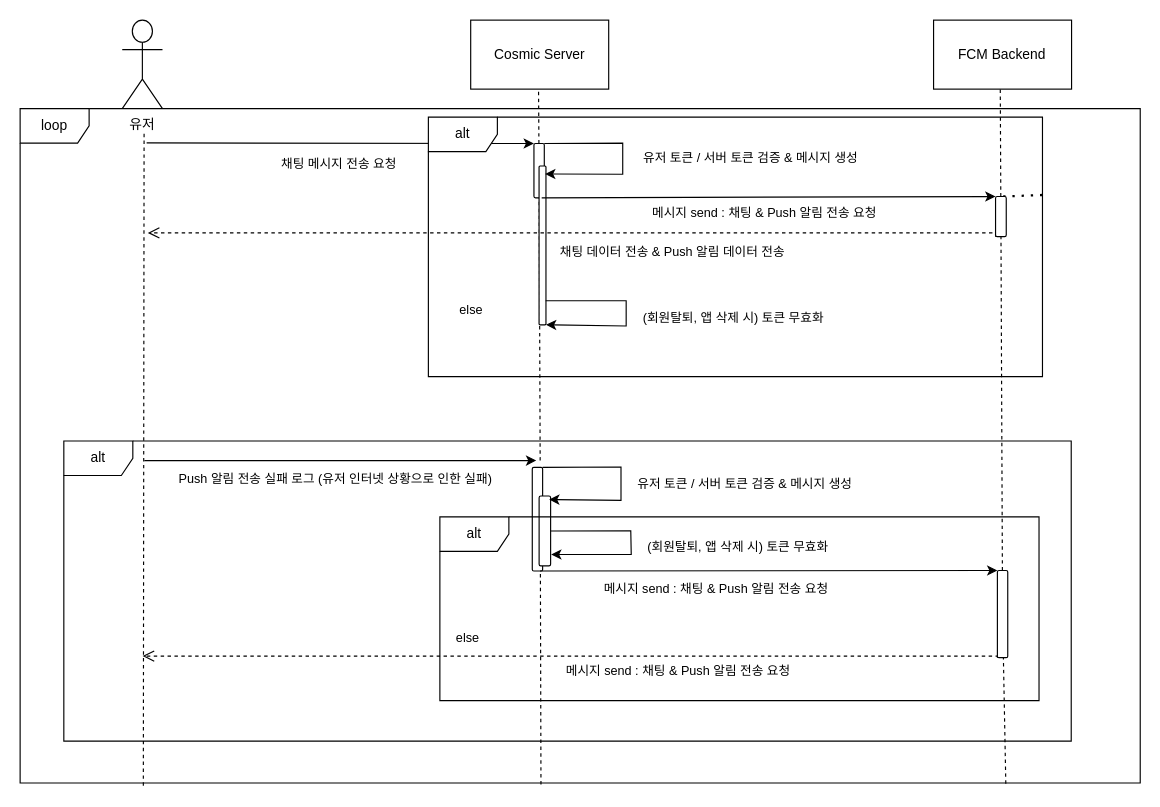
The draw.io diagram Fcm_Sequence_Diagram.drawio in spacedustz/Flow-Chart, before the edit. Source tidied: cells renumbered, new cells numbered last; positions are measured from the earlier drawing's top-left corner, leaving out a move shared by most shapes. Both pictures are drawn from the tidied source at 115%, with x=0, y=0 at pixel (20, 20).
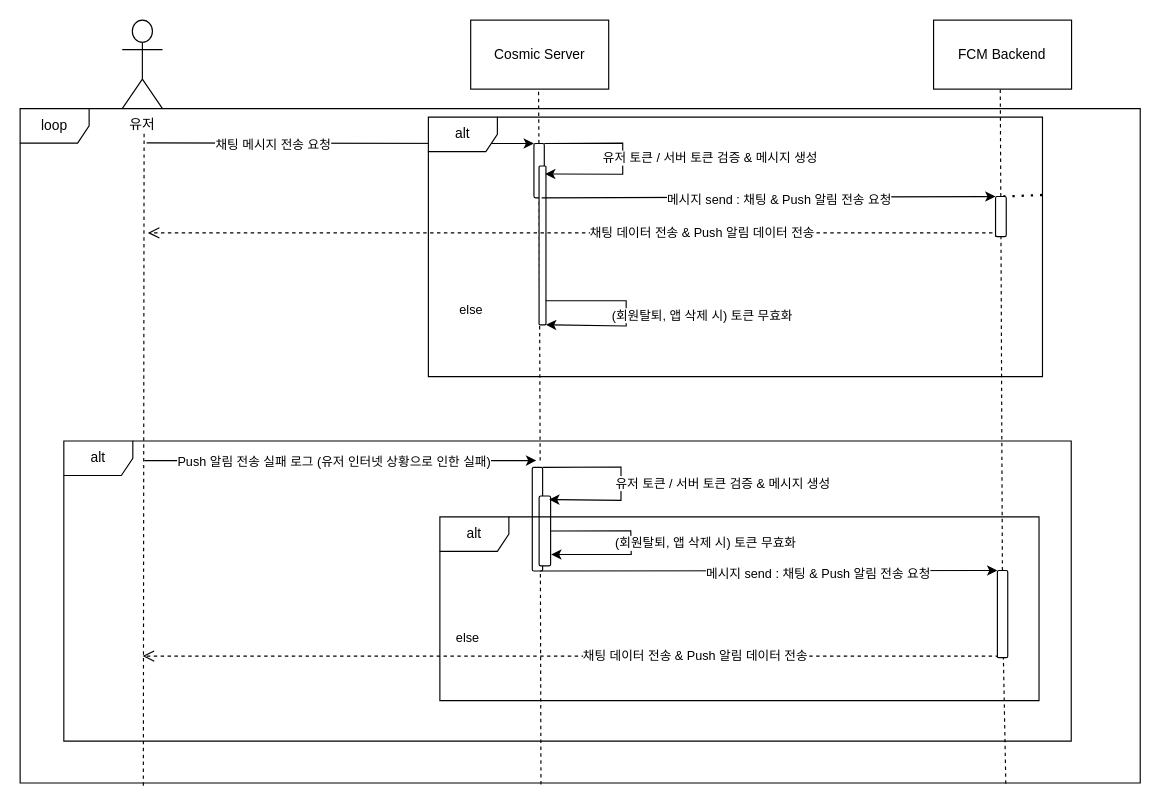
The same diagram, later.

Commit message:
Update Fcm_Sequence_Diagram

The change refers to these unchanged cells:
```xml
<mxCell id="8" style="endArrow=classic;html=1;rounded=0;entryX=0;entryY=1;entryDx=0;entryDy=0;exitX=0.181;exitY=0.068;exitDx=0;exitDy=0;exitPerimeter=0;" parent="1" edge="1" target="11">
  <mxGeometry relative="1" as="geometry">
    <mxPoint x="110" y="106.8" as="sourcePoint" />
  </mxGeometry>
</mxCell>
<mxCell id="13" style="endArrow=classic;html=1;rounded=0;entryX=0.05;entryY=0.128;entryDx=0;entryDy=0;entryPerimeter=0;exitX=0;exitY=0;exitDx=0;exitDy=0;" parent="1" edge="1" source="11" target="12">
  <mxGeometry relative="1" as="geometry">
    <Array as="points">
      <mxPoint x="524" y="107" />
      <mxPoint x="524" y="134" />
    </Array>
  </mxGeometry>
</mxCell>
<mxCell id="16" style="endArrow=classic;html=1;rounded=0;exitX=1;exitY=0.25;exitDx=0;exitDy=0;entryX=0;entryY=1;entryDx=0;entryDy=0;" parent="1" edge="1" source="11" target="41">
  <mxGeometry relative="1" as="geometry" />
</mxCell>
<mxCell id="21" style="endArrow=classic;html=1;rounded=0;entryX=1;entryY=0;entryDx=0;entryDy=0;" parent="1" edge="1" target="12">
  <mxGeometry relative="1" as="geometry">
    <mxPoint x="457" y="244" as="sourcePoint" />
    <Array as="points">
      <mxPoint x="527" y="244" />
      <mxPoint x="527" y="266" />
    </Array>
  </mxGeometry>
</mxCell>
<mxCell id="26" style="endArrow=classic;html=1;rounded=0;entryX=0;entryY=1;entryDx=0;entryDy=0;" parent="1" edge="1">
  <mxGeometry relative="1" as="geometry">
    <mxPoint x="108" y="383" as="sourcePoint" />
    <mxPoint x="448.8" y="383" as="targetPoint" />
  </mxGeometry>
</mxCell>
<mxCell id="31" style="endArrow=classic;html=1;rounded=0;entryX=0.05;entryY=0.128;entryDx=0;entryDy=0;entryPerimeter=0;exitX=0;exitY=0;exitDx=0;exitDy=0;" parent="1" edge="1" source="29" target="30">
  <mxGeometry relative="1" as="geometry">
    <Array as="points">
      <mxPoint x="522.5" y="388.6" />
      <mxPoint x="522.5" y="417.6" />
    </Array>
  </mxGeometry>
</mxCell>
<mxCell id="35" style="endArrow=classic;html=1;rounded=0;exitX=0.5;exitY=0;exitDx=0;exitDy=0;entryX=0.837;entryY=-0.045;entryDx=0;entryDy=0;entryPerimeter=0;" parent="1" edge="1" source="30" target="30">
  <mxGeometry relative="1" as="geometry">
    <Array as="points">
      <mxPoint x="531" y="444" />
      <mxPoint x="531.4" y="464.6" />
    </Array>
  </mxGeometry>
</mxCell>
<mxCell id="39" style="rounded=1;whiteSpace=wrap;html=1;rotation=90;" parent="1" vertex="1">
  <mxGeometry x="816.4" y="512" width="75.8" height="9" as="geometry" />
</mxCell>
<mxCell id="41" style="rounded=1;whiteSpace=wrap;html=1;rotation=90;" parent="1" vertex="1">
  <mxGeometry x="835.4" y="166.2" width="34.9" height="9.3" as="geometry" />
</mxCell>
```

Change to the diagram source:
```diff
@@
     <mxCell id="9" value="채팅 메시지 전송 요청" style="edgeLabel;html=1;align=center;verticalAlign=middle;" parent="8" vertex="1">
       <mxGeometry relative="1" as="geometry">
-        <mxPoint x="-1" y="17" as="offset" />
+        <mxPoint x="-58" y="1" as="offset" />
       </mxGeometry>
     </mxCell>
@@
     <mxCell id="14" value="유저 토큰 / 서버 토큰 검증 &amp;amp; 메시지 생성" style="edgeLabel;html=1;align=center;verticalAlign=middle;" parent="13" vertex="1">
       <mxGeometry relative="1" as="geometry">
-        <mxPoint x="110" as="offset" />
+        <mxPoint x="75" as="offset" />
       </mxGeometry>
     </mxCell>
@@
     <mxCell id="17" value="메시지 send : 채팅 &amp;amp; Push 알림 전송 요청" style="edgeLabel;html=1;align=center;verticalAlign=middle;" parent="16" vertex="1">
       <mxGeometry relative="1" as="geometry">
-        <mxPoint x="-4" y="14" as="offset" />
+        <mxPoint x="9" y="2" as="offset" />
       </mxGeometry>
     </mxCell>
     <mxCell id="18" value="채팅 데이터 전송 &amp;amp; Push 알림 데이터 전송" style="html=1;verticalAlign=bottom;endArrow=open;dashed=1;endSize=8;edgeStyle=elbowEdgeStyle;elbow=vertical;curved=0;rounded=0;exitX=1;exitY=1;exitDx=0;exitDy=0;" parent="1" edge="1" source="41">
-      <mxGeometry x="-0.23" y="26" relative="1" as="geometry">
+      <mxGeometry x="-0.3" y="9" relative="1" as="geometry">
         <mxPoint x="111" y="185" as="targetPoint" />
         <Array as="points">
           <mxPoint x="525" y="185" />
           <mxPoint x="585" y="336" />
           <mxPoint x="587" y="341" />
         </Array>
       </mxGeometry>
     </mxCell>
@@
     <mxCell id="22" value="(회원탈퇴, 앱 삭제 시) 토큰 무효화" style="edgeLabel;html=1;align=center;verticalAlign=middle;" parent="21" vertex="1">
       <mxGeometry relative="1" as="geometry">
-        <mxPoint x="92" y="3" as="offset" />
+        <mxPoint x="65" y="1" as="offset" />
       </mxGeometry>
     </mxCell>
@@
     <mxCell id="27" value="Push 알림 전송 실패 로그 (유저 인터넷 상황으로 인한 실패)" style="edgeLabel;html=1;align=center;verticalAlign=middle;" parent="26" vertex="1">
       <mxGeometry relative="1" as="geometry">
-        <mxPoint x="-5" y="15" as="offset" />
+        <mxPoint x="-6" as="offset" />
       </mxGeometry>
     </mxCell>
@@
     <mxCell id="32" value="유저 토큰 / 서버 토큰 검증 &amp;amp; 메시지 생성" style="edgeLabel;html=1;align=center;verticalAlign=middle;" parent="31" vertex="1">
       <mxGeometry relative="1" as="geometry">
-        <mxPoint x="107" y="2" as="offset" />
+        <mxPoint x="88" y="2" as="offset" />
       </mxGeometry>
     </mxCell>
@@
     <mxCell id="36" value="(회원탈퇴, 앱 삭제 시) 토큰 무효화" style="edgeLabel;html=1;align=center;verticalAlign=middle;" parent="35" vertex="1">
       <mxGeometry relative="1" as="geometry">
-        <mxPoint x="92" y="3" as="offset" />
+        <mxPoint x="64" as="offset" />
       </mxGeometry>
     </mxCell>
@@
-    <mxCell id="40" value="메시지 send : 채팅 &amp;amp; Push 알림 전송 요청" style="html=1;verticalAlign=bottom;endArrow=open;dashed=1;endSize=8;edgeStyle=elbowEdgeStyle;elbow=vertical;curved=0;rounded=0;exitX=1;exitY=1;exitDx=0;exitDy=0;" parent="1" edge="1" source="39">
-      <mxGeometry x="-0.25" y="22" relative="1" as="geometry">
+    <mxCell id="40" value="채팅 데이터 전송 &amp;amp; Push 알림 데이터 전송" style="html=1;verticalAlign=bottom;endArrow=open;dashed=1;endSize=8;edgeStyle=elbowEdgeStyle;elbow=vertical;curved=0;rounded=0;exitX=1;exitY=1;exitDx=0;exitDy=0;" parent="1" edge="1" source="39">
+      <mxGeometry x="-0.29" y="9" relative="1" as="geometry">
         <mxPoint x="106.5" y="553" as="targetPoint" />
         <Array as="points">
           <mxPoint x="613.5" y="553" />
           <mxPoint x="581.5" y="553" />
           <mxPoint x="583.5" y="558" />
         </Array>
       </mxGeometry>
     </mxCell>
@@
     <mxCell id="42" value="메시지 send : 채팅 &amp;amp; Push 알림 전송 요청" style="edgeLabel;html=1;align=center;verticalAlign=middle;" parent="1" vertex="1">
-      <mxGeometry x="604" y="494" as="geometry" />
+      <mxGeometry x="693" y="481" as="geometry" />
     </mxCell>
```
